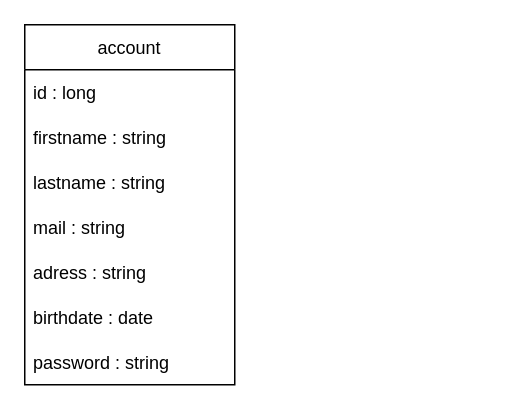
Earlier version of the draw.io diagram page "BDD" (7 of 7) of analyse/Diagramme sans nom.drawio (baptisteRiviere/SpectacleHallManagement). Source tidied: cells renumbered, new cells numbered last; positions are measured from the earlier drawing's top-left corner, leaving out a move shared by most shapes. Both pictures are drawn from the tidied source at 150%, with x=0, y=0 at pixel (24, 24).
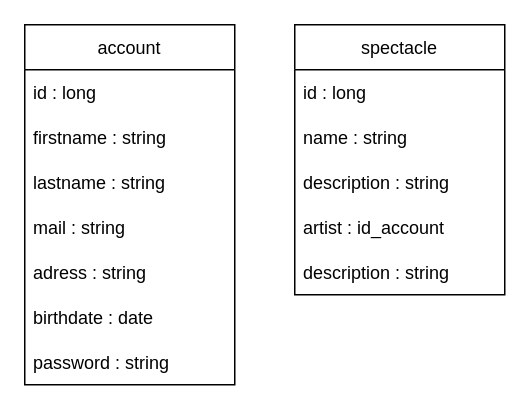
The same diagram, later.

What changed in the source:
```diff
@@
 <mxGraphModel>
   <root>
     <mxCell id="0" />
     <mxCell id="1" parent="0" />
     <mxCell id="2" value="account" style="swimlane;fontStyle=0;horizontal=1;startSize=30;" parent="1" vertex="1">
       <mxGeometry width="140" height="240" as="geometry" />
     </mxCell>
     <mxCell id="3" value="id : long" style="text;strokeColor=none;fillColor=none;align=left;verticalAlign=middle;spacingLeft=4;spacingRight=4;overflow=hidden;" parent="2" vertex="1">
       <mxGeometry y="30" width="140" height="30" as="geometry" />
     </mxCell>
     <mxCell id="4" value="firstname : string" style="text;strokeColor=none;fillColor=none;align=left;verticalAlign=middle;spacingLeft=4;spacingRight=4;overflow=hidden;" parent="2" vertex="1">
       <mxGeometry y="60" width="140" height="30" as="geometry" />
     </mxCell>
     <mxCell id="5" value="lastname : string" style="text;strokeColor=none;fillColor=none;align=left;verticalAlign=middle;spacingLeft=4;spacingRight=4;overflow=hidden;" parent="2" vertex="1">
       <mxGeometry y="90" width="140" height="30" as="geometry" />
     </mxCell>
     <mxCell id="6" value="mail : string" style="text;strokeColor=none;fillColor=none;align=left;verticalAlign=middle;spacingLeft=4;spacingRight=4;overflow=hidden;" parent="2" vertex="1">
       <mxGeometry y="120" width="140" height="30" as="geometry" />
     </mxCell>
     <mxCell id="7" value="adress : string" style="text;strokeColor=none;fillColor=none;align=left;verticalAlign=middle;spacingLeft=4;spacingRight=4;overflow=hidden;" parent="2" vertex="1">
       <mxGeometry y="150" width="140" height="30" as="geometry" />
     </mxCell>
     <mxCell id="8" value="birthdate : date" style="text;strokeColor=none;fillColor=none;align=left;verticalAlign=middle;spacingLeft=4;spacingRight=4;overflow=hidden;" parent="2" vertex="1">
       <mxGeometry y="180" width="140" height="30" as="geometry" />
     </mxCell>
     <mxCell id="9" value="password : string" style="text;strokeColor=none;fillColor=none;align=left;verticalAlign=middle;spacingLeft=4;spacingRight=4;overflow=hidden;" parent="2" vertex="1">
       <mxGeometry y="210" width="140" height="30" as="geometry" />
     </mxCell>
+    <mxCell id="10" value="spectacle" style="swimlane;fontStyle=0;horizontal=1;startSize=30;" parent="1" vertex="1">
+      <mxGeometry x="180" width="140" height="180" as="geometry" />
+    </mxCell>
+    <mxCell id="11" value="id : long" style="text;strokeColor=none;fillColor=none;align=left;verticalAlign=middle;spacingLeft=4;spacingRight=4;overflow=hidden;" parent="10" vertex="1">
+      <mxGeometry y="30" width="140" height="30" as="geometry" />
+    </mxCell>
+    <mxCell id="12" value="name : string" style="text;strokeColor=none;fillColor=none;align=left;verticalAlign=middle;spacingLeft=4;spacingRight=4;overflow=hidden;" parent="10" vertex="1">
+      <mxGeometry y="60" width="140" height="30" as="geometry" />
+    </mxCell>
+    <mxCell id="13" value="description : string" style="text;strokeColor=none;fillColor=none;align=left;verticalAlign=middle;spacingLeft=4;spacingRight=4;overflow=hidden;" parent="10" vertex="1">
+      <mxGeometry y="90" width="140" height="30" as="geometry" />
+    </mxCell>
+    <mxCell id="14" value="artist : id_account" style="text;strokeColor=none;fillColor=none;align=left;verticalAlign=middle;spacingLeft=4;spacingRight=4;overflow=hidden;" parent="10" vertex="1">
+      <mxGeometry y="120" width="140" height="30" as="geometry" />
+    </mxCell>
+    <mxCell id="15" value="description : string" style="text;strokeColor=none;fillColor=none;align=left;verticalAlign=middle;spacingLeft=4;spacingRight=4;overflow=hidden;" parent="10" vertex="1">
+      <mxGeometry y="150" width="140" height="30" as="geometry" />
+    </mxCell>
   </root>
 </mxGraphModel>
```
